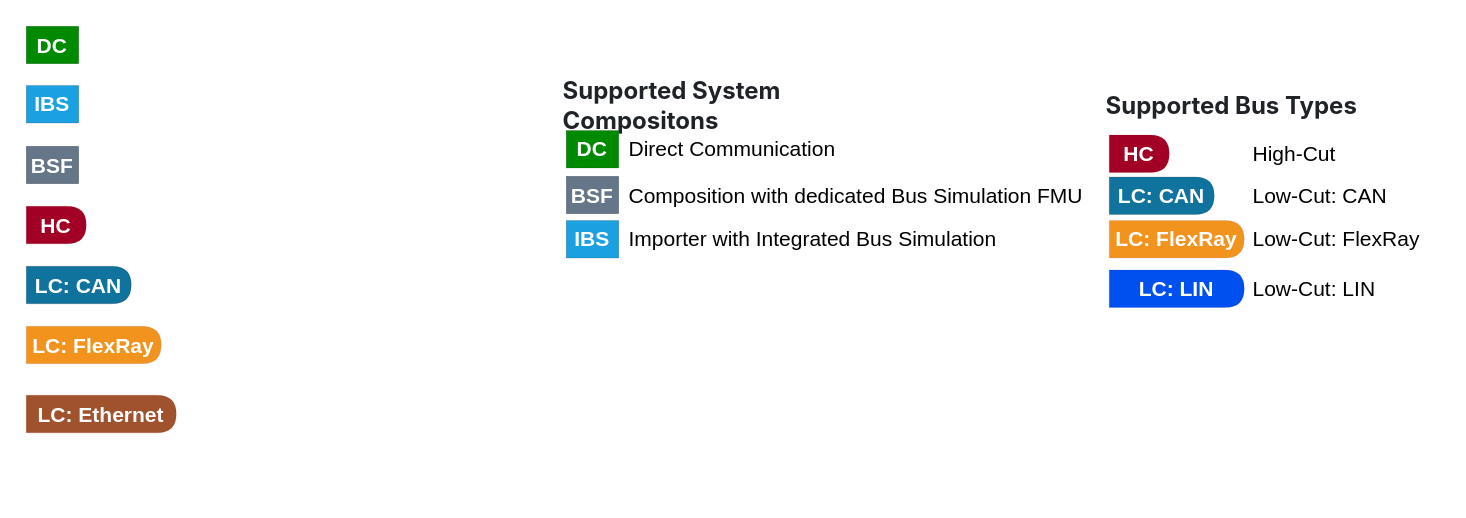
modelica/fmi-ls-bus keeps this draw.io diagram as landingpage/graphics.drawio. Above is the earlier version. Source tidied: cells renumbered, new cells numbered last; positions are measured from the earlier drawing's top-left corner, leaving out a move shared by most shapes. Both pictures are drawn from the tidied source at 150%, with x=0, y=0 at pixel (26, 26).
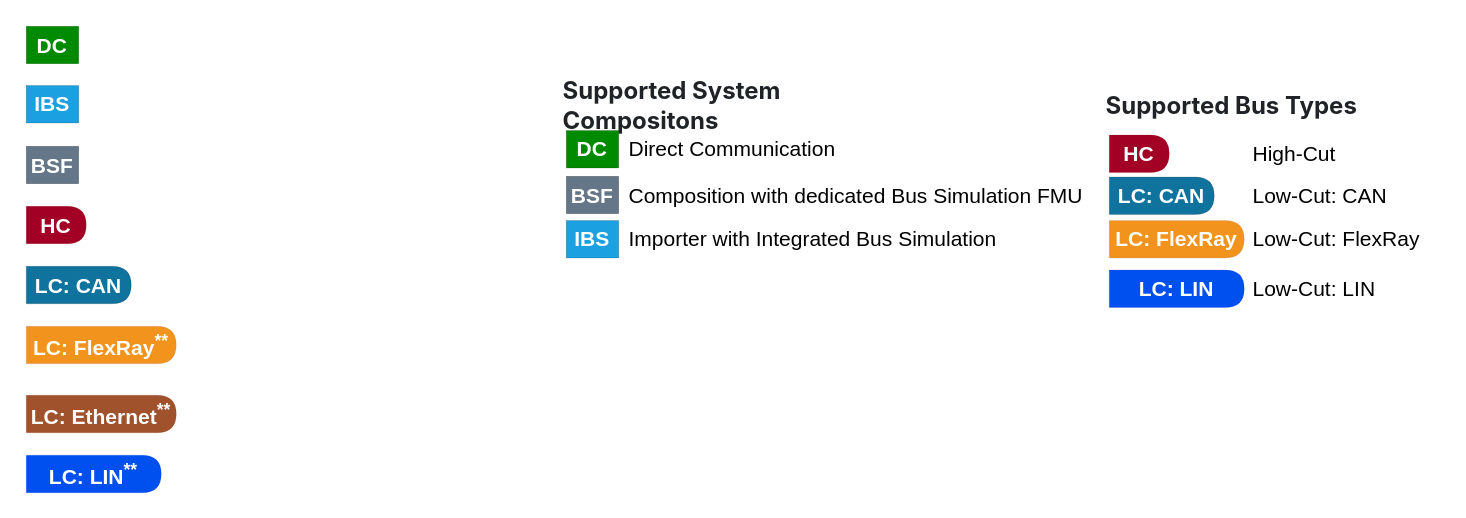
The same diagram, later.

What changed in the source:
```diff
@@
-    <mxCell id="12" value="LC: FlexRay" style="shape=delay;whiteSpace=wrap;html=1;fontStyle=1;fontSize=14;strokeWidth=0;fillColor=#F2931E;strokeColor=#9673a6;fontColor=#FFFFFF;" parent="1" vertex="1">
-      <mxGeometry y="200" width="90" height="25" as="geometry" />
+    <mxCell id="12" value="LC: FlexRay&lt;sup&gt;**&lt;/sup&gt;" style="shape=delay;whiteSpace=wrap;html=1;fontStyle=1;fontSize=14;strokeWidth=0;fillColor=#F2931E;strokeColor=#9673a6;fontColor=#FFFFFF;" parent="1" vertex="1">
+      <mxGeometry y="200" width="100" height="25" as="geometry" />
     </mxCell>
@@
-    <mxCell id="22" value="LC: Ethernet" style="shape=delay;whiteSpace=wrap;html=1;fontStyle=1;fontSize=14;strokeWidth=0;fillColor=#a0522d;strokeColor=#6D1F00;fontColor=#ffffff;" parent="1" vertex="1">
+    <mxCell id="22" value="LC: Ethernet&lt;sup&gt;**&lt;/sup&gt;" style="shape=delay;whiteSpace=wrap;html=1;fontStyle=1;fontSize=14;strokeWidth=0;fillColor=#a0522d;strokeColor=#6D1F00;fontColor=#ffffff;" parent="1" vertex="1">
       <mxGeometry y="246" width="100" height="25" as="geometry" />
     </mxCell>
@@
+    <mxCell id="25" value="LC: LIN&lt;sup&gt;**&lt;/sup&gt;" style="shape=delay;whiteSpace=wrap;html=1;fontStyle=1;fontSize=14;strokeWidth=0;fillColor=#0050ef;strokeColor=#001DBC;fontColor=#ffffff;" parent="1" vertex="1">
+      <mxGeometry y="286" width="90" height="25" as="geometry" />
+    </mxCell>
```
